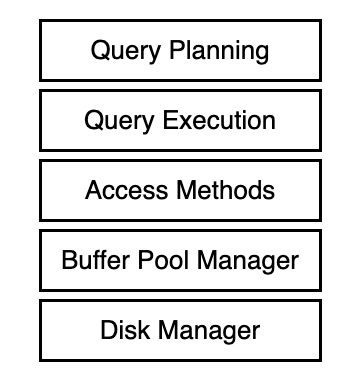
The draw.io diagram CS/Database/数据库理论/数据库总体架构.drawio.png in superwjfeng/MarkdownWriting, before a commit. Source tidied: cells renumbered, new cells last; positions are measured from the earlier drawing's top-left corner, leaving out a move shared by most shapes. Source of this version:
```xml
<mxGraphModel background="#ffffff">
  <root>
    <mxCell id="0" />
    <mxCell id="1" parent="0" />
    <mxCell id="2" style="rounded=0;whiteSpace=wrap;html=1;fillColor=default;strokeColor=none;" parent="1" vertex="1">
      <mxGeometry width="360" height="390" as="geometry" />
    </mxCell>
    <mxCell id="3" value="&lt;font style=&quot;font-size: 26px;&quot;&gt;Query Planning&lt;/font&gt;" style="rounded=0;whiteSpace=wrap;html=1;strokeWidth=3;" parent="1" vertex="1">
      <mxGeometry x="40" y="20" width="280" height="60" as="geometry" />
    </mxCell>
    <mxCell id="4" value="&lt;font style=&quot;font-size: 26px;&quot;&gt;Buffer Pool Manager&lt;/font&gt;" style="rounded=0;whiteSpace=wrap;html=1;strokeWidth=3;" parent="1" vertex="1">
      <mxGeometry x="40" y="230" width="280" height="60" as="geometry" />
    </mxCell>
    <mxCell id="5" value="&lt;font style=&quot;font-size: 26px;&quot;&gt;Disk Manager&lt;/font&gt;" style="rounded=0;whiteSpace=wrap;html=1;strokeWidth=3;" parent="1" vertex="1">
      <mxGeometry x="40" y="300" width="280" height="60" as="geometry" />
    </mxCell>
    <mxCell id="6" value="&lt;font style=&quot;font-size: 26px;&quot;&gt;Access Methods&lt;/font&gt;" style="rounded=0;whiteSpace=wrap;html=1;strokeWidth=3;" parent="1" vertex="1">
      <mxGeometry x="40" y="160" width="280" height="60" as="geometry" />
    </mxCell>
    <mxCell id="7" value="&lt;font style=&quot;font-size: 26px;&quot;&gt;Query Execution&lt;/font&gt;" style="rounded=0;whiteSpace=wrap;html=1;strokeWidth=3;" parent="1" vertex="1">
      <mxGeometry x="40" y="90" width="280" height="60" as="geometry" />
    </mxCell>
  </root>
</mxGraphModel>
```
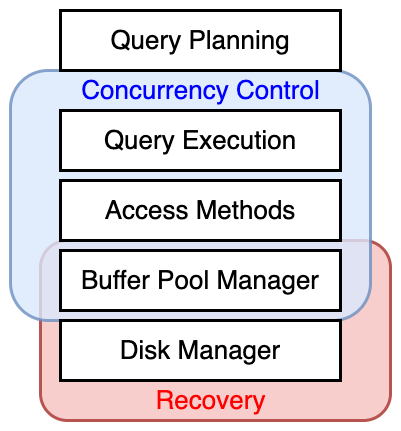
The same diagram one commit later.

The edit, as a diff of the source:
```diff
@@ -3,10 +3,16 @@
     <mxCell id="0" />
     <mxCell id="1" parent="0" />
     <mxCell id="2" style="rounded=0;whiteSpace=wrap;html=1;fillColor=default;strokeColor=none;" parent="1" vertex="1">
-      <mxGeometry width="360" height="390" as="geometry" />
+      <mxGeometry x="-20" y="-20" width="400" height="430" as="geometry" />
     </mxCell>
+    <mxCell id="8" style="rounded=1;whiteSpace=wrap;html=1;fillColor=#f8cecc;strokeColor=#b85450;strokeWidth=3;" parent="1" vertex="1">
+      <mxGeometry x="20" y="220" width="350" height="180" as="geometry" />
+    </mxCell>
+    <mxCell id="9" style="rounded=1;whiteSpace=wrap;html=1;fillColor=#dae8fc;strokeColor=#6c8ebf;strokeWidth=3;opacity=80;" parent="1" vertex="1">
+      <mxGeometry x="-10" y="50" width="360" height="250" as="geometry" />
+    </mxCell>
     <mxCell id="3" value="&lt;font style=&quot;font-size: 26px;&quot;&gt;Query Planning&lt;/font&gt;" style="rounded=0;whiteSpace=wrap;html=1;strokeWidth=3;" parent="1" vertex="1">
-      <mxGeometry x="40" y="20" width="280" height="60" as="geometry" />
+      <mxGeometry x="40" y="-10" width="280" height="60" as="geometry" />
     </mxCell>
     <mxCell id="4" value="&lt;font style=&quot;font-size: 26px;&quot;&gt;Buffer Pool Manager&lt;/font&gt;" style="rounded=0;whiteSpace=wrap;html=1;strokeWidth=3;" parent="1" vertex="1">
       <mxGeometry x="40" y="230" width="280" height="60" as="geometry" />
@@ -20,5 +26,11 @@
     <mxCell id="7" value="&lt;font style=&quot;font-size: 26px;&quot;&gt;Query Execution&lt;/font&gt;" style="rounded=0;whiteSpace=wrap;html=1;strokeWidth=3;" parent="1" vertex="1">
       <mxGeometry x="40" y="90" width="280" height="60" as="geometry" />
     </mxCell>
+    <mxCell id="10" value="&lt;font color=&quot;#0000ff&quot; style=&quot;font-size: 26px;&quot;&gt;Concurrency Control&lt;/font&gt;" style="text;html=1;align=center;verticalAlign=middle;strokeColor=none;fillColor=none;" parent="1" vertex="1">
+      <mxGeometry x="50" y="50" width="260" height="40" as="geometry" />
+    </mxCell>
+    <mxCell id="11" value="&lt;font color=&quot;#ff0000&quot; style=&quot;font-size: 26px;&quot;&gt;Recovery&lt;/font&gt;" style="text;html=1;align=center;verticalAlign=middle;strokeColor=none;fillColor=none;" parent="1" vertex="1">
+      <mxGeometry x="125" y="360" width="130" height="40" as="geometry" />
+    </mxCell>
   </root>
 </mxGraphModel>
```
